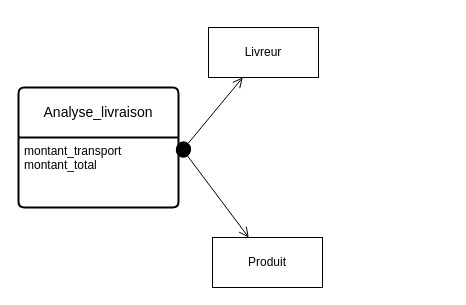
Before: multi.drawio in MathisHeriveau/BDD-Decisionnel, a draw.io diagram. Source tidied: cells renumbered, new cells numbered last; positions are measured from the earlier drawing's top-left corner, leaving out a move shared by most shapes. Both pictures are drawn from the tidied source at 100%, with x=0, y=0 at pixel (18, 27).
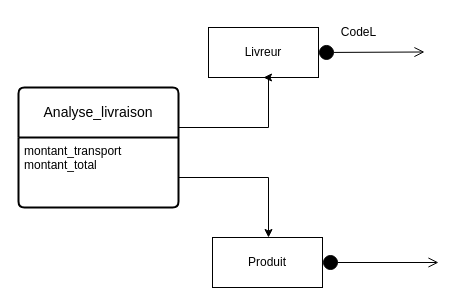
Above is the later version.

Commit message (it also covers changes not shown here):
Mettre à jour multi.drawio

What changed in the source:
```diff
@@
 <mxGraphModel>
   <root>
     <mxCell id="0" />
     <mxCell id="1" parent="0" />
     <mxCell id="2" value="Analyse_livraison" style="swimlane;horizontal=1;startSize=50;rounded=1;fontSize=14;fontStyle=0;strokeWidth=2;shadow=0;dashed=0;align=center;arcSize=4;whiteSpace=wrap;html=1;" parent="1" vertex="1">
       <mxGeometry y="60" width="160" height="120" as="geometry" />
     </mxCell>
     <mxCell id="3" value="montant_transport&lt;div&gt;montant_total&lt;/div&gt;" style="align=left;strokeColor=none;fillColor=none;spacingLeft=4;fontSize=12;verticalAlign=top;html=1;" parent="2" vertex="1">
       <mxGeometry y="50" width="160" height="70" as="geometry" />
     </mxCell>
-    <mxCell id="4" style="html=1;verticalAlign=bottom;startArrow=circle;startFill=1;endArrow=open;startSize=6;endSize=8;curved=0;rounded=0;exitX=1;exitY=0.25;exitDx=0;exitDy=0;" parent="1" edge="1" source="3" target="5">
-      <mxGeometry relative="1" as="geometry" />
-    </mxCell>
     <mxCell id="5" value="Livreur" style="html=1;whiteSpace=wrap;" parent="1" vertex="1">
       <mxGeometry x="190" width="110" height="50" as="geometry" />
     </mxCell>
-    <mxCell id="6" style="html=1;verticalAlign=bottom;startArrow=circle;startFill=1;endArrow=open;startSize=6;endSize=8;curved=0;rounded=0;exitX=1;exitY=0.149;exitDx=0;exitDy=0;exitPerimeter=0;" parent="1" edge="1" target="7">
+    <mxCell id="6" style="html=1;verticalAlign=bottom;startArrow=circle;startFill=1;endArrow=open;startSize=6;endSize=8;curved=0;rounded=0;exitX=1;exitY=0.5;exitDx=0;exitDy=0;" parent="1" edge="1" source="7">
       <mxGeometry relative="1" as="geometry">
-        <mxPoint x="160" y="116.4" as="sourcePoint" />
+        <mxPoint x="420" y="235" as="targetPoint" />
       </mxGeometry>
     </mxCell>
     <mxCell id="7" value="Produit" style="html=1;whiteSpace=wrap;" parent="1" vertex="1">
       <mxGeometry x="194" y="210" width="110" height="50" as="geometry" />
     </mxCell>
+    <mxCell id="8" style="html=1;verticalAlign=bottom;startArrow=circle;startFill=1;endArrow=open;startSize=6;endSize=8;curved=0;rounded=0;" parent="1" edge="1">
+      <mxGeometry relative="1" as="geometry">
+        <mxPoint x="300" y="25" as="sourcePoint" />
+        <mxPoint x="406" y="24.5" as="targetPoint" />
+      </mxGeometry>
+    </mxCell>
+    <mxCell id="4" style="edgeStyle=orthogonalEdgeStyle;rounded=0;jettySize=auto;html=1;exitX=1;exitY=0.25;exitDx=0;exitDy=0;entryX=0.5;entryY=1;entryDx=0;entryDy=0;" parent="1" edge="1" source="3" target="5">
+      <mxGeometry relative="1" as="geometry">
+        <Array as="points">
+          <mxPoint x="160" y="100" />
+          <mxPoint x="250" y="100" />
+          <mxPoint x="250" y="50" />
+        </Array>
+      </mxGeometry>
+    </mxCell>
+    <mxCell id="9" style="edgeStyle=orthogonalEdgeStyle;rounded=0;jettySize=auto;html=1;exitX=1;exitY=0.5;exitDx=0;exitDy=0;" parent="1" edge="1" source="3" target="7">
+      <mxGeometry relative="1" as="geometry">
+        <Array as="points">
+          <mxPoint x="160" y="150" />
+          <mxPoint x="250" y="150" />
+        </Array>
+      </mxGeometry>
+    </mxCell>
+    <mxCell id="10" value="CodeL" style="text;html=1;align=center;verticalAlign=middle;strokeColor=none;fillColor=none;" parent="1" vertex="1">
+      <mxGeometry x="310" y="-10" width="60" height="30" as="geometry" />
+    </mxCell>
   </root>
 </mxGraphModel>
```
